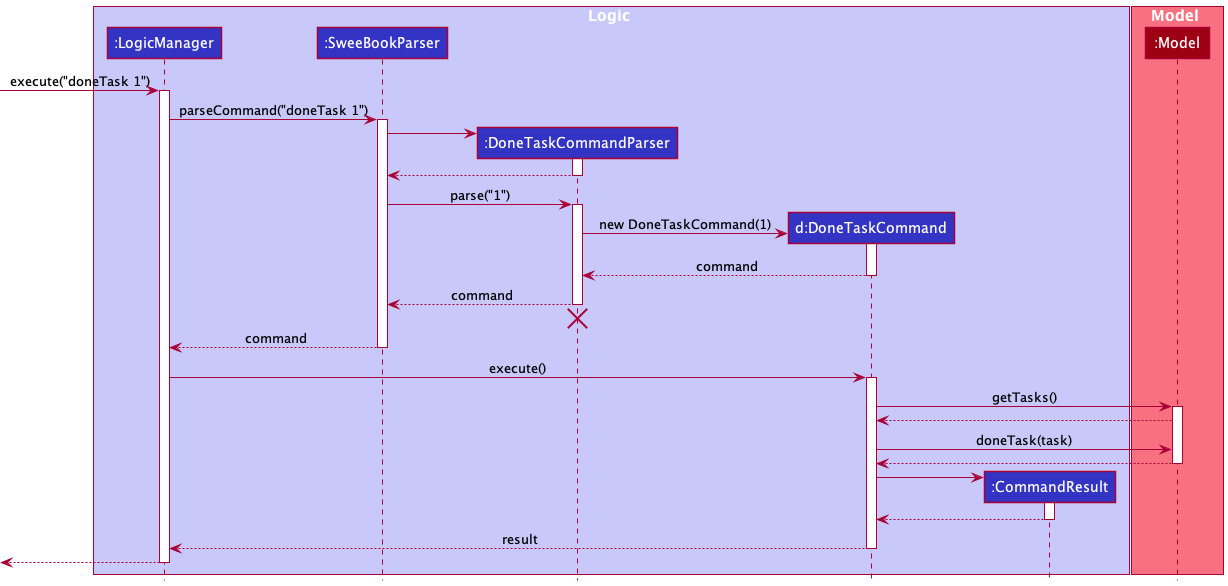
zhenxuantan/tp keeps this PlantUML diagram as docs/images/DoneTaskSequenceDiagram.png. Above is the earlier version.
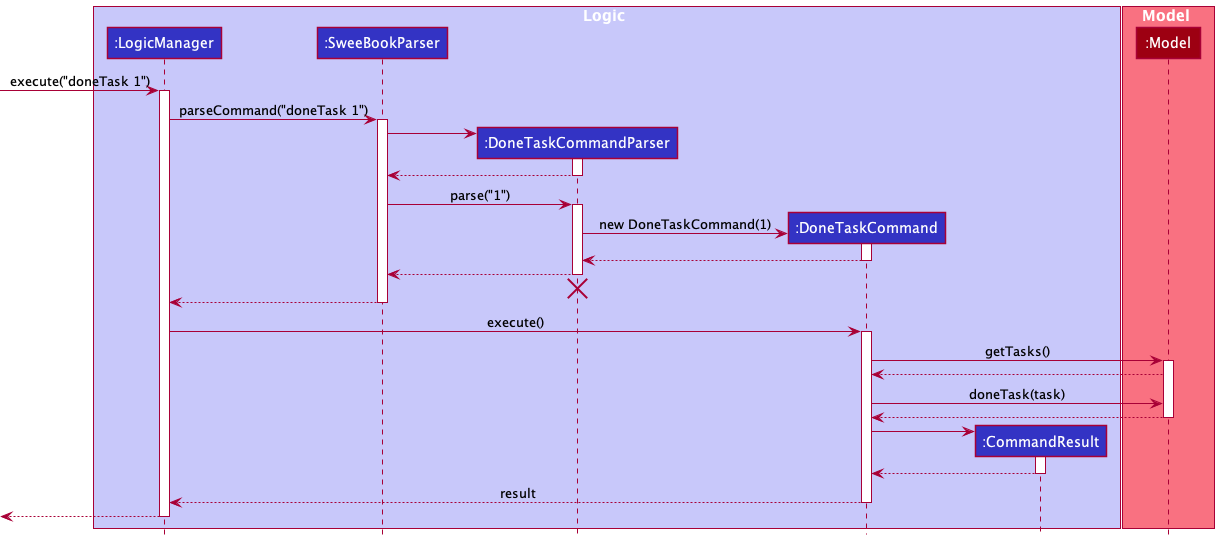
The same diagram one commit later.

Diff of the diagram source:
```diff
@@ -5,7 +5,7 @@
 participant ":LogicManager" as LogicManager LOGIC_COLOR
 participant ":SweeBookParser" as SweeBookParser LOGIC_COLOR
 participant ":DoneTaskCommandParser" as DoneTaskCommandParser LOGIC_COLOR
-participant "d:DoneTaskCommand" as DoneTaskCommand LOGIC_COLOR
+participant ":DoneTaskCommand" as DoneTaskCommand LOGIC_COLOR
 participant ":CommandResult" as CommandResult LOGIC_COLOR
 end box
 
@@ -33,15 +33,15 @@
 DoneTaskCommandParser -> DoneTaskCommand : new DoneTaskCommand(1)
 activate DoneTaskCommand
 
-DoneTaskCommand --> DoneTaskCommandParser : command
+DoneTaskCommand --> DoneTaskCommandParser :
 deactivate DoneTaskCommand
 
-DoneTaskCommandParser --> SweeBookParser : command
+DoneTaskCommandParser --> SweeBookParser :
 deactivate DoneTaskCommandParser
 DoneTaskCommandParser -[hidden]-> SweeBookParser
 destroy DoneTaskCommandParser
 
-SweeBookParser --> LogicManager : command
+SweeBookParser --> LogicManager :
 deactivate SweeBookParser
 
 LogicManager -> DoneTaskCommand : execute()
```
